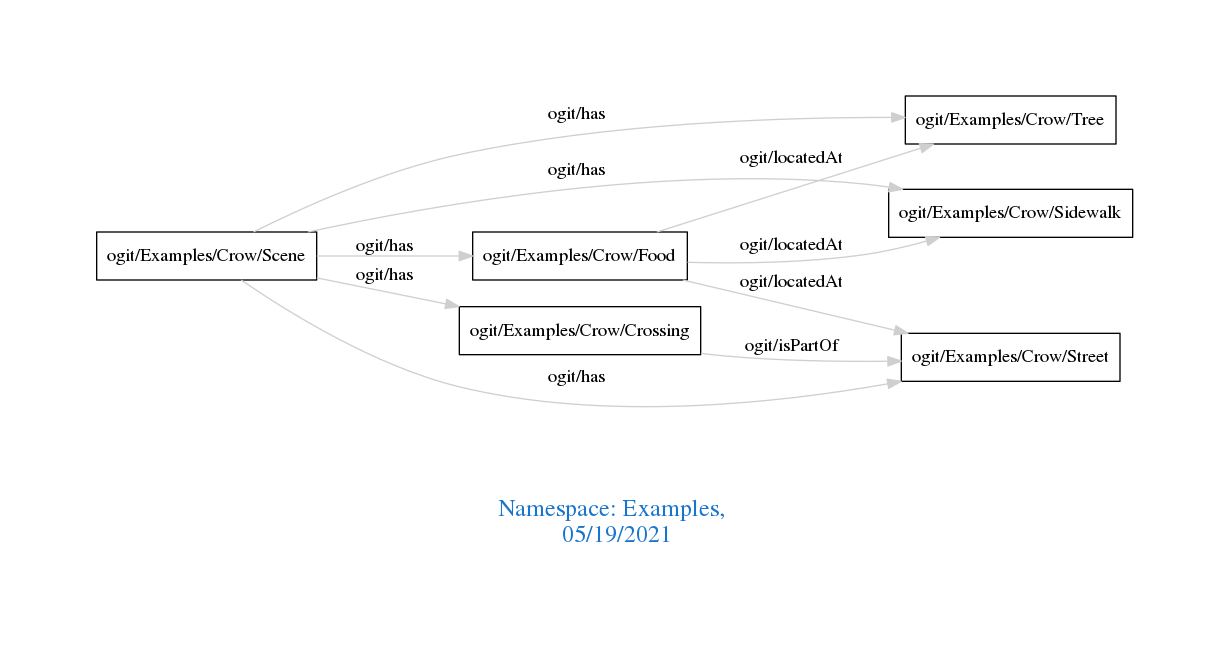
Earlier version of the Graphviz export downloads/Examples.png (arago/OGIT). Its source is kept beside it as downloads/Examples.dot.
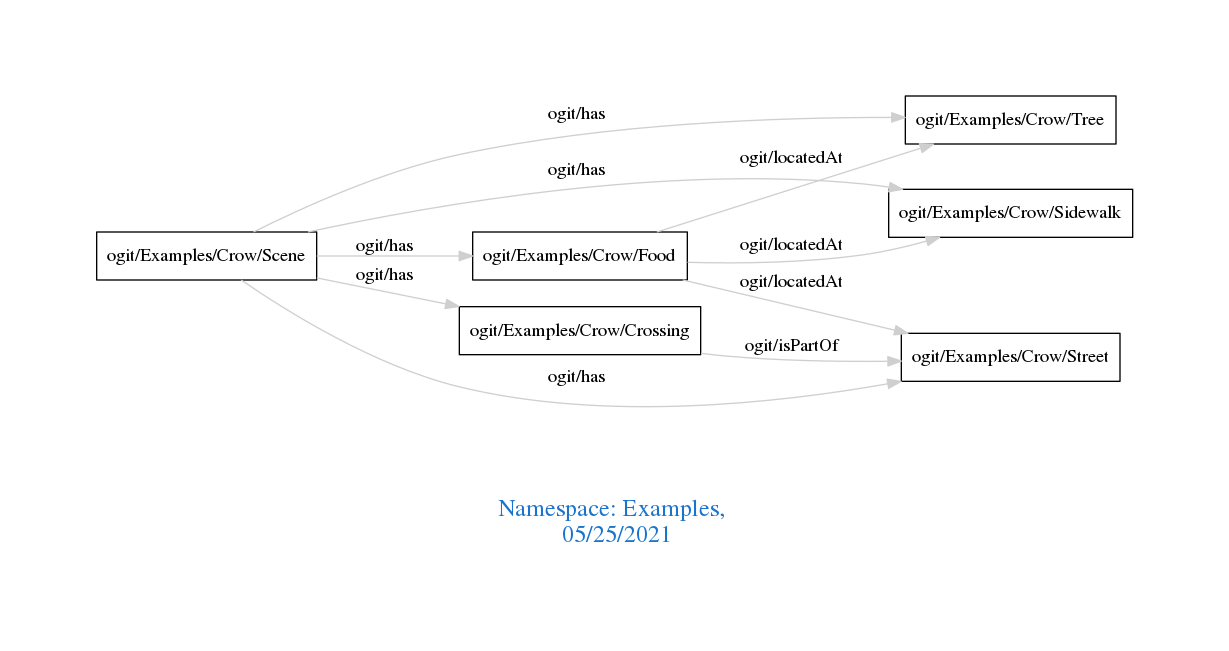
Later version of the same file.

The edit, as a diff of the source:
```diff
@@ -1,7 +1,7 @@
 digraph OGIT_ontology {
  graph [ rankdir= LR,pad=1
 fontsize = 18,
-fontcolor= dodgerblue3,label = "\n\n\nNamespace: Examples, \n 05/19/2021"];
+fontcolor= dodgerblue3,label = "\n\n\nNamespace: Examples, \n 05/25/2021"];
 node[shape=polygon];
 edge [  color="gray81"];
 
```
